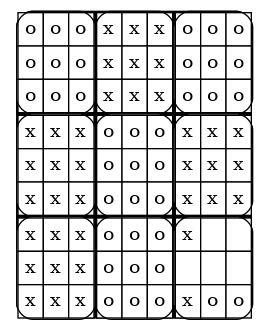
The Graphviz diagram output.png in JetMagpie/FilRouge_Super_Morpion, before a commit. Its source is kept beside it as output.dot. The source it was exported from:
```dot
digraph super_morpion {
  node [shape=none];
  a0 [label=<
  <TABLE border="0" cellspacing="0" cellpadding="0" style="rounded" bgcolor="black">
    <TR>
      <TD><TABLE border="1" cellspacing="0" cellpadding="4" style="rounded" bgcolor="white">
  <TR>
<TD bgcolor="white">o</TD>
<TD bgcolor="white">o</TD>
<TD bgcolor="white">o</TD>
  </TR>
  <TR>
<TD bgcolor="white">o</TD>
<TD bgcolor="white">o</TD>
<TD bgcolor="white">o</TD>
  </TR>
  <TR>
<TD bgcolor="white">o</TD>
<TD bgcolor="white">o</TD>
<TD bgcolor="white">o</TD>
  </TR>
</TABLE>
</TD>
      <TD><TABLE border="1" cellspacing="0" cellpadding="4" style="rounded" bgcolor="white">
  <TR>
<TD bgcolor="white">x</TD>
<TD bgcolor="white">x</TD>
<TD bgcolor="white">x</TD>
  </TR>
  <TR>
<TD bgcolor="white">x</TD>
<TD bgcolor="white">x</TD>
<TD bgcolor="white">x</TD>
  </TR>
  <TR>
<TD bgcolor="white">x</TD>
<TD bgcolor="white">x</TD>
<TD bgcolor="white">x</TD>
  </TR>
</TABLE>
</TD>
      <TD><TABLE border="1" cellspacing="0" cellpadding="4" style="rounded" bgcolor="white">
  <TR>
<TD bgcolor="white">o</TD>
<TD bgcolor="white">o</TD>
<TD bgcolor="white">o</TD>
  </TR>
  <TR>
<TD bgcolor="white">o</TD>
<TD bgcolor="white">o</TD>
<TD bgcolor="white">o</TD>
  </TR>
  <TR>
<TD bgcolor="white">o</TD>
<TD bgcolor="white">o</TD>
<TD bgcolor="white">o</TD>
  </TR>
</TABLE>
</TD>
    </TR>
    <TR>
      <TD><TABLE border="1" cellspacing="0" cellpadding="4" style="rounded" bgcolor="white">
  <TR>
<TD bgcolor="white">x</TD>
<TD bgcolor="white">x</TD>
<TD bgcolor="white">x</TD>
  </TR>
  <TR>
<TD bgcolor="white">x</TD>
<TD bgcolor="white">x</TD>
<TD bgcolor="white">x</TD>
  </TR>
  <TR>
<TD bgcolor="white">x</TD>
<TD bgcolor="white">x</TD>
<TD bgcolor="white">x</TD>
  </TR>
</TABLE>
</TD>
      <TD><TABLE border="1" cellspacing="0" cellpadding="4" style="rounded" bgcolor="white">
  <TR>
<TD bgcolor="white">o</TD>
<TD bgcolor="white">o</TD>
<TD bgcolor="white">o</TD>
  </TR>
  <TR>
<TD bgcolor="white">o</TD>
<TD bgcolor="white">o</TD>
<TD bgcolor="white">o</TD>
  </TR>
  <TR>
<TD bgcolor="white">o</TD>
<TD bgcolor="white">o</TD>
<TD bgcolor="white">o</TD>
  </TR>
</TABLE>
</TD>
      <TD><TABLE border="1" cellspacing="0" cellpadding="4" style="rounded" bgcolor="white">
  <TR>
<TD bgcolor="white">x</TD>
<TD bgcolor="white">x</TD>
<TD bgcolor="white">x</TD>
  </TR>
  <TR>
<TD bgcolor="white">x</TD>
<TD bgcolor="white">x</TD>
<TD bgcolor="white">x</TD>
  </TR>
  <TR>
<TD bgcolor="white">x</TD>
<TD bgcolor="white">x</TD>
<TD bgcolor="white">x</TD>
  </TR>
</TABLE>
</TD>
    </TR>
    <TR>
      <TD><TABLE border="1" cellspacing="0" cellpadding="4" style="rounded" bgcolor="white">
  <TR>
<TD bgcolor="white">x</TD>
<TD bgcolor="white">x</TD>
<TD bgcolor="white">x</TD>
  </TR>
  <TR>
<TD bgcolor="white">x</TD>
<TD bgcolor="white">x</TD>
<TD bgcolor="white">x</TD>
  </TR>
  <TR>
<TD bgcolor="white">x</TD>
<TD bgcolor="white">x</TD>
<TD bgcolor="white">x</TD>
  </TR>
</TABLE>
</TD>
      <TD><TABLE border="1" cellspacing="0" cellpadding="4" style="rounded" bgcolor="white">
  <TR>
<TD bgcolor="white">o</TD>
<TD bgcolor="white">o</TD>
<TD bgcolor="white">o</TD>
  </TR>
  <TR>
<TD bgcolor="white">o</TD>
<TD bgcolor="white">o</TD>
<TD bgcolor="white">o</TD>
  </TR>
  <TR>
<TD bgcolor="white">o</TD>
<TD bgcolor="white">o</TD>
<TD bgcolor="white">o</TD>
  </TR>
</TABLE>
</TD>
      <TD><TABLE border="1" cellspacing="0" cellpadding="4" style="rounded" bgcolor="white">
  <TR>
<TD bgcolor="white">x</TD>
<TD bgcolor="white"> </TD>
<TD bgcolor="white"> </TD>
  </TR>
  <TR>
<TD bgcolor="white"> </TD>
<TD bgcolor="white"> </TD>
<TD bgcolor="white"> </TD>
  </TR>
  <TR>
<TD bgcolor="white">x</TD>
<TD bgcolor="white">o</TD>
<TD bgcolor="white">o</TD>
  </TR>
</TABLE>
</TD>
    </TR>
  </TABLE>
  >];
}
```
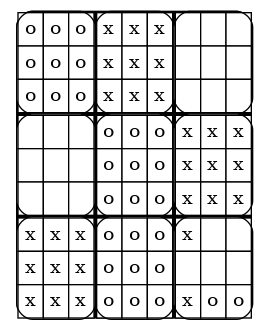
After the change.

What changed in the source:
```diff
@@ -41,19 +41,19 @@
 </TD>
       <TD><TABLE border="1" cellspacing="0" cellpadding="4" style="rounded" bgcolor="white">
   <TR>
-<TD bgcolor="white">o</TD>
-<TD bgcolor="white">o</TD>
-<TD bgcolor="white">o</TD>
+<TD bgcolor="white"> </TD>
+<TD bgcolor="white"> </TD>
+<TD bgcolor="white"> </TD>
   </TR>
   <TR>
-<TD bgcolor="white">o</TD>
-<TD bgcolor="white">o</TD>
-<TD bgcolor="white">o</TD>
+<TD bgcolor="white"> </TD>
+<TD bgcolor="white"> </TD>
+<TD bgcolor="white"> </TD>
   </TR>
   <TR>
-<TD bgcolor="white">o</TD>
-<TD bgcolor="white">o</TD>
-<TD bgcolor="white">o</TD>
+<TD bgcolor="white"> </TD>
+<TD bgcolor="white"> </TD>
+<TD bgcolor="white"> </TD>
   </TR>
 </TABLE>
 </TD>
@@ -61,19 +61,19 @@
     <TR>
       <TD><TABLE border="1" cellspacing="0" cellpadding="4" style="rounded" bgcolor="white">
   <TR>
-<TD bgcolor="white">x</TD>
-<TD bgcolor="white">x</TD>
-<TD bgcolor="white">x</TD>
+<TD bgcolor="white"> </TD>
+<TD bgcolor="white"> </TD>
+<TD bgcolor="white"> </TD>
   </TR>
   <TR>
-<TD bgcolor="white">x</TD>
-<TD bgcolor="white">x</TD>
-<TD bgcolor="white">x</TD>
+<TD bgcolor="white"> </TD>
+<TD bgcolor="white"> </TD>
+<TD bgcolor="white"> </TD>
   </TR>
   <TR>
-<TD bgcolor="white">x</TD>
-<TD bgcolor="white">x</TD>
-<TD bgcolor="white">x</TD>
+<TD bgcolor="white"> </TD>
+<TD bgcolor="white"> </TD>
+<TD bgcolor="white"> </TD>
   </TR>
 </TABLE>
 </TD>
```
